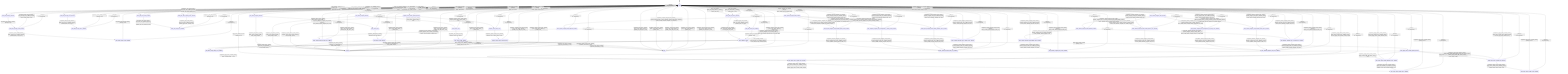
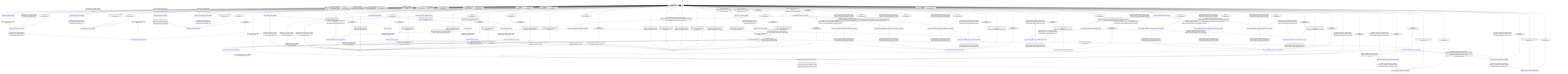
stateDiagram-v2
  direction TB
  [*] --> ready
-   ready --> state_bind_storage_decision : bind_storage_runtime [storage_bind_valid_] / effect_bind_storage_
-   ready --> state_bind_storage_error_decision : bind_storage_runtime [storage_bind_invalid_] / record_bind_storage_invalid_request_and_clear_binding_
+   ready --> state_bind_storage_decision : bind_storage_runtime [guard_storage_bind_valid_without_mmap_resident_] / effect_bind_storage_
+   ready --> state_bind_storage_error_decision : bind_storage_runtime [storage_bind_invalid_] / record_bind_storage_invalid_request_
+   ready --> state_bind_storage_error_decision : bind_storage_runtime [guard_storage_bind_valid_with_mmap_resident_] / record_bind_storage_invalid_request_
  state_bind_storage_decision --> state_bind_storage_done_decision : completion_bind_storage_runtime_ [always] / none
  state_bind_storage_done_decision --> state_bind_storage_done_callback : completion_bind_storage_runtime_ [bind_storage_done_callback_present_] / publish_bind_storage_done_
  state_bind_storage_done_decision --> ready : completion_bind_storage_runtime_ [bind_storage_done_callback_absent_] / record_bind_storage_done_
  state_bind_storage_done_callback --> ready : completion_bind_storage_runtime_ [always] / none
  state_bind_storage_error_decision --> state_bind_storage_error_callback : completion_bind_storage_runtime_ [bind_storage_error_callback_present_] / publish_bind_storage_error_
  state_bind_storage_error_decision --> ready : completion_bind_storage_runtime_ [bind_storage_error_callback_absent_] / none
  state_bind_storage_error_callback --> ready : completion_bind_storage_runtime_ [always] / none
  state_awaiting_effects --> state_bind_storage_busy_error_callback : bind_storage_runtime [bind_storage_error_callback_present_] / publish_bind_storage_error_
  state_awaiting_effects --> state_awaiting_effects : bind_storage_runtime [bind_storage_error_callback_absent_] / record_bind_storage_invalid_request_
  state_bind_storage_busy_error_callback --> state_awaiting_effects : completion_bind_storage_runtime_ [always] / none
  ready --> state_plan_load_done_decision : plan_load_runtime [plan_load_valid_without_io_strategy_] / effect_plan_load_
  ready --> state_plan_load_done_decision : plan_load_runtime [plan_load_valid_with_io_strategy_] / effect_plan_io_load_
  ready --> state_plan_load_error_decision : plan_load_runtime [plan_load_invalid_request_] / none
  ready --> state_plan_load_capacity_error_decision : plan_load_runtime [plan_load_invalid_capacity_] / none
  state_plan_load_done_decision --> state_plan_load_done_callback : completion_plan_load_runtime_ [plan_load_done_callback_present_] / publish_plan_load_done_
  state_plan_load_done_decision --> state_awaiting_effects : completion_plan_load_runtime_ [plan_load_done_callback_absent_] / record_plan_load_done_
  state_plan_load_done_callback --> state_awaiting_effects : completion_plan_load_runtime_ [always] / none
  state_plan_load_error_decision --> state_plan_load_error_callback : completion_plan_load_runtime_ [plan_load_error_callback_present_] / publish_plan_load_invalid_request_
  state_plan_load_error_decision --> ready : completion_plan_load_runtime_ [plan_load_error_callback_absent_] / record_plan_load_invalid_request_
  state_plan_load_capacity_error_decision --> state_plan_load_error_callback : completion_plan_load_runtime_ [plan_load_error_callback_present_] / publish_plan_load_capacity_error_
  state_plan_load_capacity_error_decision --> ready : completion_plan_load_runtime_ [plan_load_error_callback_absent_] / record_plan_load_capacity_error_
  state_plan_load_error_callback --> ready : completion_plan_load_runtime_ [always] / none
  state_awaiting_effects --> state_apply_effect_results_request_decision : apply_effect_results_runtime [always] / none
  state_apply_effect_results_request_decision --> state_apply_effect_results_error_decision : completion_apply_effect_results_runtime_ [apply_results_invalid_] / none
  state_apply_effect_results_request_decision --> state_apply_effect_results_backend_error_decision : completion_apply_effect_results_runtime_ [apply_results_valid_with_effect_errors_] / none
  state_apply_effect_results_request_decision --> state_apply_effect_results_done_decision : completion_apply_effect_results_runtime_ [apply_results_valid_without_effect_errors_without_record_output_] / effect_apply_results_
  state_apply_effect_results_request_decision --> state_apply_effect_results_done_decision : completion_apply_effect_results_runtime_ [apply_results_valid_without_effect_errors_with_record_output_] / effect_apply_results_with_record_output_
  ready --> state_apply_effect_results_error_decision : apply_effect_results_runtime [always] / none
  state_apply_effect_results_done_decision --> state_apply_effect_results_done_callback : completion_apply_effect_results_runtime_ [apply_effect_results_done_callback_present_] / publish_apply_effect_results_done_
  state_apply_effect_results_done_decision --> ready : completion_apply_effect_results_runtime_ [apply_effect_results_done_callback_absent_] / record_apply_effect_results_done_
  state_apply_effect_results_done_callback --> ready : completion_apply_effect_results_runtime_ [always] / none
  state_apply_effect_results_error_decision --> state_apply_effect_results_error_callback : completion_apply_effect_results_runtime_ [apply_effect_results_error_callback_present_] / publish_apply_effect_results_invalid_request_
  state_apply_effect_results_error_decision --> ready : completion_apply_effect_results_runtime_ [apply_effect_results_error_callback_absent_] / record_apply_effect_results_invalid_request_
  state_apply_effect_results_backend_error_decision --> state_apply_effect_results_error_callback : completion_apply_effect_results_runtime_ [apply_effect_results_error_callback_present_] / publish_apply_effect_results_backend_error_
  state_apply_effect_results_backend_error_decision --> ready : completion_apply_effect_results_runtime_ [apply_effect_results_error_callback_absent_] / record_apply_effect_results_backend_error_
  state_apply_effect_results_error_callback --> ready : completion_apply_effect_results_runtime_ [always] / none
  ready --> bind_tensor_request_decision : bind_tensor_runtime [always] / begin_bind_tensor_
  bind_tensor_request_decision --> bind_tensor_exec : completion_bind_tensor_runtime_ [bind_tensor_request_valid_] / none
  bind_tensor_request_decision --> errored : completion_bind_tensor_runtime_ [bind_tensor_request_invalid_] / mark_invalid_request_
  bind_tensor_exec --> bind_tensor_result_decision : completion_bind_tensor_runtime_ [always] / exec_bind_tensor_
  bind_tensor_result_decision --> done : completion_bind_tensor_runtime_ [operation_succeeded_] / none
  bind_tensor_result_decision --> errored : completion_bind_tensor_runtime_ [operation_not_dispatched_] / mark_invalid_request_
  ready --> evict_tensor_request_decision : evict_tensor_runtime [always] / begin_evict_tensor_
  evict_tensor_request_decision --> evict_tensor_exec : completion_evict_tensor_runtime_ [evict_tensor_request_valid_] / none
  evict_tensor_request_decision --> errored : completion_evict_tensor_runtime_ [evict_tensor_request_invalid_] / mark_invalid_request_
  evict_tensor_exec --> evict_tensor_result_decision : completion_evict_tensor_runtime_ [always] / exec_evict_tensor_
  evict_tensor_result_decision --> done : completion_evict_tensor_runtime_ [operation_succeeded_] / none
  evict_tensor_result_decision --> errored : completion_evict_tensor_runtime_ [operation_not_dispatched_] / mark_invalid_request_
  ready --> capture_tensor_state_request_decision : capture_tensor_state_runtime [always] / begin_capture_tensor_state_
  capture_tensor_state_request_decision --> capture_tensor_state_exec : completion_capture_tensor_state_runtime_ [capture_tensor_state_request_valid_] / none
  capture_tensor_state_request_decision --> errored : completion_capture_tensor_state_runtime_ [capture_tensor_state_request_invalid_] / mark_invalid_request_
  capture_tensor_state_exec --> capture_tensor_state_result_decision : completion_capture_tensor_state_runtime_ [always] / exec_capture_tensor_state_
  capture_tensor_state_result_decision --> done : completion_capture_tensor_state_runtime_ [operation_succeeded_] / none
  capture_tensor_state_result_decision --> errored : completion_capture_tensor_state_runtime_ [operation_not_dispatched_] / mark_invalid_request_
  done --> ready : completion_bind_tensor_runtime_ [error_code_output_present_] / publish_done_with_error_code_
  done --> ready : completion_bind_tensor_runtime_ [error_code_output_absent_] / publish_done_
  errored --> ready : completion_bind_tensor_runtime_ [error_code_output_present_] / publish_error_with_error_code_
  errored --> ready : completion_bind_tensor_runtime_ [error_code_output_absent_] / publish_error_
  done --> ready : completion_evict_tensor_runtime_ [error_code_output_present_] / publish_done_with_error_code_
  done --> ready : completion_evict_tensor_runtime_ [error_code_output_absent_] / publish_done_
  errored --> ready : completion_evict_tensor_runtime_ [error_code_output_present_] / publish_error_with_error_code_
  errored --> ready : completion_evict_tensor_runtime_ [error_code_output_absent_] / publish_error_
  done --> ready : completion_capture_tensor_state_runtime_ [error_code_output_present_] / publish_done_with_error_code_
  done --> ready : completion_capture_tensor_state_runtime_ [error_code_output_absent_] / publish_done_
  errored --> ready : completion_capture_tensor_state_runtime_ [error_code_output_present_] / publish_error_with_error_code_
  errored --> ready : completion_capture_tensor_state_runtime_ [error_code_output_absent_] / publish_error_
  ready --> state_request_mapped_load_decision : request_mapped_load_runtime [always] / effect_begin_request_mapped_load_
  state_request_mapped_load_decision --> state_request_mapped_load_unsupported_io_mmap_error_decision : completion_request_mapped_load_runtime_ [request_mapped_load_io_mmap_absent_] / effect_mark_request_mapped_load_unsupported_io_mmap_
  state_request_mapped_load_decision --> state_request_mapped_load_invalid_request_error_decision : completion_request_mapped_load_runtime_ [request_mapped_load_io_mmap_present_request_invalid_] / effect_mark_request_mapped_load_invalid_request_
  state_request_mapped_load_decision --> state_request_mapped_load_already_resident_error_decision : completion_request_mapped_load_runtime_ [request_mapped_load_io_mmap_present_request_valid_already_resident_] / effect_mark_request_mapped_load_tensor_already_resident_
  state_request_mapped_load_decision --> state_request_mapped_load_dispatch_decision : completion_request_mapped_load_runtime_ [request_mapped_load_io_mmap_present_request_valid_tensor_unbound_] / effect_attempt_request_mapped_load_dispatch_
  state_request_mapped_load_dispatch_decision --> state_request_mapped_load_done_callback : completion_request_mapped_load_runtime_ [request_mapped_load_io_mmap_succeeded_] / effect_commit_request_mapped_load_
  state_request_mapped_load_dispatch_decision --> state_request_mapped_load_io_mmap_error_decision : completion_request_mapped_load_runtime_ [request_mapped_load_io_mmap_failed_] / effect_mark_request_mapped_load_io_mmap_failed_
  state_request_mapped_load_done_callback --> ready : completion_request_mapped_load_runtime_ [always] / effect_publish_request_mapped_load_done_
  state_request_mapped_load_invalid_request_error_decision --> state_request_mapped_load_error_callback : completion_request_mapped_load_runtime_ [request_mapped_load_error_callback_present_] / effect_publish_request_mapped_load_error_
  state_request_mapped_load_invalid_request_error_decision --> ready : completion_request_mapped_load_runtime_ [request_mapped_load_error_callback_absent_] / effect_record_request_mapped_load_error_
  state_request_mapped_load_unsupported_io_mmap_error_decision --> state_request_mapped_load_error_callback : completion_request_mapped_load_runtime_ [request_mapped_load_error_callback_present_] / effect_publish_request_mapped_load_error_
  state_request_mapped_load_unsupported_io_mmap_error_decision --> ready : completion_request_mapped_load_runtime_ [request_mapped_load_error_callback_absent_] / effect_record_request_mapped_load_error_
  state_request_mapped_load_already_resident_error_decision --> state_request_mapped_load_error_callback : completion_request_mapped_load_runtime_ [request_mapped_load_error_callback_present_] / effect_publish_request_mapped_load_error_
  state_request_mapped_load_already_resident_error_decision --> ready : completion_request_mapped_load_runtime_ [request_mapped_load_error_callback_absent_] / effect_record_request_mapped_load_error_
  state_request_mapped_load_io_mmap_error_decision --> state_request_mapped_load_error_callback : completion_request_mapped_load_runtime_ [request_mapped_load_error_callback_present_] / effect_publish_request_mapped_load_error_
  state_request_mapped_load_io_mmap_error_decision --> ready : completion_request_mapped_load_runtime_ [request_mapped_load_error_callback_absent_] / effect_record_request_mapped_load_error_
  state_request_mapped_load_error_callback --> ready : completion_request_mapped_load_runtime_ [always] / effect_record_request_mapped_load_error_
  ready --> state_release_mapped_load_decision : release_mapped_load_runtime [always] / effect_begin_release_mapped_load_
  state_release_mapped_load_decision --> state_release_mapped_load_unsupported_io_mmap_error_decision : completion_release_mapped_load_runtime_ [release_mapped_load_io_mmap_absent_] / effect_mark_release_mapped_load_unsupported_io_mmap_
  state_release_mapped_load_decision --> state_release_mapped_load_invalid_request_error_decision : completion_release_mapped_load_runtime_ [release_mapped_load_io_mmap_present_request_invalid_] / effect_mark_release_mapped_load_invalid_request_
  state_release_mapped_load_decision --> state_release_mapped_load_handle_absent_error_decision : completion_release_mapped_load_runtime_ [release_mapped_load_io_mmap_present_request_valid_handle_absent_] / effect_mark_release_mapped_load_handle_absent_
  state_release_mapped_load_decision --> state_release_mapped_load_dispatch_decision : completion_release_mapped_load_runtime_ [release_mapped_load_io_mmap_present_request_valid_handle_present_] / effect_attempt_release_mapped_load_dispatch_
  state_release_mapped_load_dispatch_decision --> state_release_mapped_load_publish_done_decision : completion_release_mapped_load_runtime_ [release_mapped_load_io_mmap_succeeded_] / effect_commit_release_mapped_load_
  state_release_mapped_load_dispatch_decision --> state_release_mapped_load_io_mmap_error_decision : completion_release_mapped_load_runtime_ [release_mapped_load_io_mmap_failed_] / effect_mark_release_mapped_load_io_mmap_failed_
  state_release_mapped_load_publish_done_decision --> state_release_mapped_load_done_callback : completion_release_mapped_load_runtime_ [release_mapped_load_done_callback_present_] / effect_publish_release_mapped_load_done_
  state_release_mapped_load_publish_done_decision --> ready : completion_release_mapped_load_runtime_ [release_mapped_load_done_callback_absent_] / effect_record_release_mapped_load_done_
  state_release_mapped_load_done_callback --> ready : completion_release_mapped_load_runtime_ [always] / effect_record_release_mapped_load_done_
  state_release_mapped_load_invalid_request_error_decision --> state_release_mapped_load_error_callback : completion_release_mapped_load_runtime_ [release_mapped_load_error_callback_present_] / effect_publish_release_mapped_load_error_
  state_release_mapped_load_invalid_request_error_decision --> ready : completion_release_mapped_load_runtime_ [release_mapped_load_error_callback_absent_] / effect_record_release_mapped_load_error_
  state_release_mapped_load_unsupported_io_mmap_error_decision --> state_release_mapped_load_error_callback : completion_release_mapped_load_runtime_ [release_mapped_load_error_callback_present_] / effect_publish_release_mapped_load_error_
  state_release_mapped_load_unsupported_io_mmap_error_decision --> ready : completion_release_mapped_load_runtime_ [release_mapped_load_error_callback_absent_] / effect_record_release_mapped_load_error_
  state_release_mapped_load_handle_absent_error_decision --> state_release_mapped_load_error_callback : completion_release_mapped_load_runtime_ [release_mapped_load_error_callback_present_] / effect_publish_release_mapped_load_error_
  state_release_mapped_load_handle_absent_error_decision --> ready : completion_release_mapped_load_runtime_ [release_mapped_load_error_callback_absent_] / effect_record_release_mapped_load_error_
  state_release_mapped_load_io_mmap_error_decision --> state_release_mapped_load_error_callback : completion_release_mapped_load_runtime_ [release_mapped_load_error_callback_present_] / effect_publish_release_mapped_load_error_
  state_release_mapped_load_io_mmap_error_decision --> ready : completion_release_mapped_load_runtime_ [release_mapped_load_error_callback_absent_] / effect_record_release_mapped_load_error_
  state_release_mapped_load_error_callback --> ready : completion_release_mapped_load_runtime_ [always] / effect_record_release_mapped_load_error_
  ready --> ready : _ [always] / on_unexpected_
  state_bind_storage_decision --> ready : _ [always] / on_unexpected_
  state_bind_storage_done_decision --> ready : _ [always] / on_unexpected_
  state_bind_storage_done_callback --> ready : _ [always] / on_unexpected_
  state_bind_storage_error_decision --> ready : _ [always] / on_unexpected_
  state_bind_storage_error_callback --> ready : _ [always] / on_unexpected_
  state_bind_storage_busy_error_callback --> state_awaiting_effects : _ [always] / on_unexpected_
  state_plan_load_done_decision --> ready : _ [always] / on_unexpected_
  state_plan_load_done_callback --> ready : _ [always] / on_unexpected_
  state_plan_load_error_decision --> ready : _ [always] / on_unexpected_
  state_plan_load_capacity_error_decision --> ready : _ [always] / on_unexpected_
  state_plan_load_error_callback --> ready : _ [always] / on_unexpected_
  state_awaiting_effects --> ready : _ [always] / on_unexpected_
  state_apply_effect_results_request_decision --> ready : _ [always] / on_unexpected_
  state_apply_effect_results_done_decision --> ready : _ [always] / on_unexpected_
  state_apply_effect_results_done_callback --> ready : _ [always] / on_unexpected_
  state_apply_effect_results_error_decision --> ready : _ [always] / on_unexpected_
  state_apply_effect_results_backend_error_decision --> ready : _ [always] / on_unexpected_
  state_apply_effect_results_error_callback --> ready : _ [always] / on_unexpected_
  bind_tensor_request_decision --> ready : _ [always] / on_unexpected_
  bind_tensor_exec --> ready : _ [always] / on_unexpected_
  bind_tensor_result_decision --> ready : _ [always] / on_unexpected_
  evict_tensor_request_decision --> ready : _ [always] / on_unexpected_
  evict_tensor_exec --> ready : _ [always] / on_unexpected_
  evict_tensor_result_decision --> ready : _ [always] / on_unexpected_
  capture_tensor_state_request_decision --> ready : _ [always] / on_unexpected_
  capture_tensor_state_exec --> ready : _ [always] / on_unexpected_
  capture_tensor_state_result_decision --> ready : _ [always] / on_unexpected_
  done --> ready : _ [always] / on_unexpected_
  errored --> ready : _ [always] / on_unexpected_
  state_request_mapped_load_decision --> ready : _ [always] / on_unexpected_
  state_request_mapped_load_dispatch_decision --> ready : _ [always] / on_unexpected_
  state_request_mapped_load_done_callback --> ready : _ [always] / on_unexpected_
  state_request_mapped_load_invalid_request_error_decision --> ready : _ [always] / on_unexpected_
  state_request_mapped_load_unsupported_io_mmap_error_decision --> ready : _ [always] / on_unexpected_
  state_request_mapped_load_already_resident_error_decision --> ready : _ [always] / on_unexpected_
  state_request_mapped_load_io_mmap_error_decision --> ready : _ [always] / on_unexpected_
  state_request_mapped_load_error_callback --> ready : _ [always] / on_unexpected_
  state_release_mapped_load_decision --> ready : _ [always] / on_unexpected_
  state_release_mapped_load_dispatch_decision --> ready : _ [always] / on_unexpected_
  state_release_mapped_load_publish_done_decision --> ready : _ [always] / on_unexpected_
  state_release_mapped_load_done_callback --> ready : _ [always] / on_unexpected_
  state_release_mapped_load_invalid_request_error_decision --> ready : _ [always] / on_unexpected_
  state_release_mapped_load_unsupported_io_mmap_error_decision --> ready : _ [always] / on_unexpected_
  state_release_mapped_load_handle_absent_error_decision --> ready : _ [always] / on_unexpected_
  state_release_mapped_load_io_mmap_error_decision --> ready : _ [always] / on_unexpected_
  state_release_mapped_load_error_callback --> ready : _ [always] / on_unexpected_
